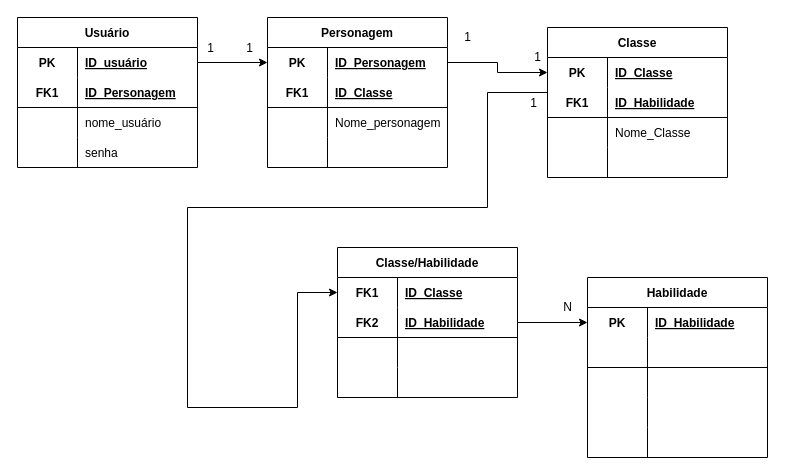
Above: rpg.drawio in rickhyh/Diagramas (draw.io), before the change. Source tidied: cells renumbered, new cells numbered last; positions are measured from the earlier drawing's top-left corner, leaving out a move shared by most shapes. Both pictures are drawn from the tidied source at 100%, with x=0, y=0 at pixel (17, 17).
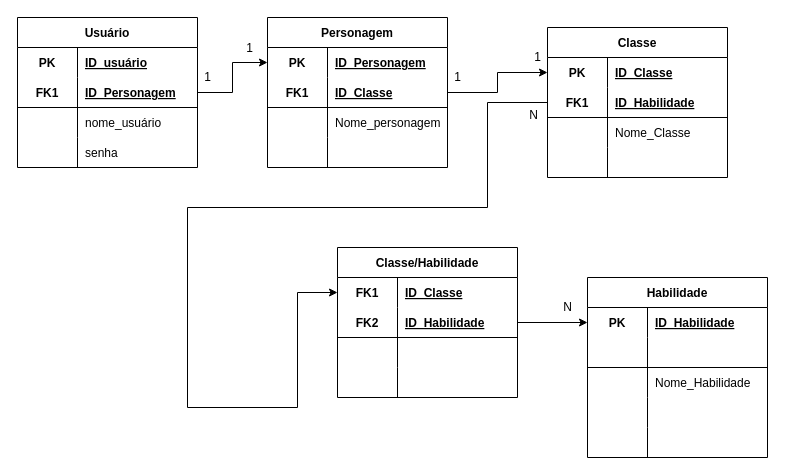
The same page after the edit.

The change refers to these unchanged cells:
```xml
<mxCell id="3" style="shape=tableRow;horizontal=0;startSize=0;swimlaneHead=0;swimlaneBody=0;fillColor=none;points=[[0,0.5],[1,0.5]];portConstraint=eastwest;top=0;left=0;right=0;bottom=0;" parent="2" vertex="1">
  <mxGeometry y="30" width="180" height="30" as="geometry" />
</mxCell>
<mxCell id="6" style="shape=tableRow;horizontal=0;startSize=0;swimlaneHead=0;swimlaneBody=0;fillColor=none;points=[[0,0.5],[1,0.5]];portConstraint=eastwest;top=0;left=0;right=0;bottom=1;" parent="2" vertex="1">
  <mxGeometry y="60" width="180" height="30" as="geometry" />
</mxCell>
<mxCell id="16" style="shape=tableRow;horizontal=0;startSize=0;swimlaneHead=0;swimlaneBody=0;fillColor=none;points=[[0,0.5],[1,0.5]];portConstraint=eastwest;top=0;left=0;right=0;bottom=0;" parent="15" vertex="1">
  <mxGeometry y="30" width="180" height="30" as="geometry" />
</mxCell>
<mxCell id="19" style="shape=tableRow;horizontal=0;startSize=0;swimlaneHead=0;swimlaneBody=0;fillColor=none;points=[[0,0.5],[1,0.5]];portConstraint=eastwest;top=0;left=0;right=0;bottom=1;" parent="15" vertex="1">
  <mxGeometry y="60" width="180" height="30" as="geometry" />
</mxCell>
<mxCell id="29" style="shape=tableRow;horizontal=0;startSize=0;swimlaneHead=0;swimlaneBody=0;fillColor=none;points=[[0,0.5],[1,0.5]];portConstraint=eastwest;top=0;left=0;right=0;bottom=0;" parent="28" vertex="1">
  <mxGeometry y="30" width="180" height="30" as="geometry" />
</mxCell>
<mxCell id="32" style="shape=tableRow;horizontal=0;startSize=0;swimlaneHead=0;swimlaneBody=0;fillColor=none;points=[[0,0.5],[1,0.5]];portConstraint=eastwest;top=0;left=0;right=0;bottom=1;" parent="28" vertex="1">
  <mxGeometry y="60" width="180" height="30" as="geometry" />
</mxCell>
<mxCell id="48" style="shape=tableRow;horizontal=0;startSize=0;swimlaneHead=0;swimlaneBody=0;fillColor=none;top=0;left=0;right=0;bottom=0;" parent="41" vertex="1">
  <mxGeometry y="90" width="180" height="30" as="geometry" />
</mxCell>
<mxCell id="60" style="shape=tableRow;horizontal=0;startSize=0;swimlaneHead=0;swimlaneBody=0;fillColor=none;points=[[0,0.5],[1,0.5]];portConstraint=eastwest;top=0;left=0;right=0;bottom=0;" parent="59" vertex="1">
  <mxGeometry y="30" width="180" height="30" as="geometry" />
</mxCell>
```

Change to the diagram source:
```diff
@@
-    <mxCell id="50" style="shape=partialRectangle;fillColor=none;top=0;left=0;bottom=0;right=0;align=left;spacingLeft=6;overflow=hidden;" parent="48" vertex="1">
+    <mxCell id="50" value="Nome_Habilidade" style="shape=partialRectangle;fillColor=none;top=0;left=0;bottom=0;right=0;align=left;spacingLeft=6;overflow=hidden;" parent="48" vertex="1">
       <mxGeometry x="60" width="120" height="30" as="geometry" />
     </mxCell>
@@
-    <mxCell id="57" style="edgeStyle=orthogonalEdgeStyle;rounded=0;jettySize=auto;html=1;entryX=0;entryY=0.5;entryDx=0;entryDy=0;" parent="1" edge="1" source="29" target="3">
+    <mxCell id="57" style="edgeStyle=orthogonalEdgeStyle;rounded=0;jettySize=auto;html=1;entryX=0;entryY=0.5;entryDx=0;entryDy=0;exitX=1;exitY=0.5;exitDx=0;exitDy=0;" parent="1" edge="1" source="32" target="3">
       <mxGeometry relative="1" as="geometry" />
     </mxCell>
-    <mxCell id="58" style="edgeStyle=orthogonalEdgeStyle;rounded=0;jettySize=auto;html=1;entryX=0;entryY=0.5;entryDx=0;entryDy=0;" parent="1" edge="1" source="3" target="16">
+    <mxCell id="58" style="edgeStyle=orthogonalEdgeStyle;rounded=0;jettySize=auto;html=1;entryX=0;entryY=0.5;entryDx=0;entryDy=0;exitX=1;exitY=0.5;exitDx=0;exitDy=0;" parent="1" edge="1" source="6" target="16">
       <mxGeometry relative="1" as="geometry" />
     </mxCell>
@@
     <mxCell id="72" style="edgeStyle=orthogonalEdgeStyle;rounded=0;jettySize=auto;html=1;entryX=0;entryY=0.5;entryDx=0;entryDy=0;" parent="1" edge="1" source="19" target="60">
       <mxGeometry relative="1" as="geometry">
         <Array as="points">
-          <mxPoint x="470" y="75" />
+          <mxPoint x="470" y="85" />
           <mxPoint x="470" y="190" />
           <mxPoint x="170" y="190" />
           <mxPoint x="170" y="390" />
           <mxPoint x="280" y="390" />
+          <mxPoint x="280" y="275" />
         </Array>
       </mxGeometry>
     </mxCell>
@@
     <mxCell id="74" value="1" style="text;html=1;align=center;verticalAlign=middle;strokeColor=none;fillColor=none;" parent="1" vertex="1">
-      <mxGeometry x="183" y="21" width="20" height="20" as="geometry" />
+      <mxGeometry x="180" y="50" width="20" height="20" as="geometry" />
     </mxCell>
@@
     <mxCell id="76" value="1" style="text;html=1;align=center;verticalAlign=middle;strokeColor=none;fillColor=none;" parent="1" vertex="1">
-      <mxGeometry x="440" y="10" width="20" height="20" as="geometry" />
+      <mxGeometry x="430" y="50" width="20" height="20" as="geometry" />
     </mxCell>
@@
-    <mxCell id="79" value="1" style="text;html=1;align=center;verticalAlign=middle;strokeColor=none;fillColor=none;" parent="1" vertex="1">
-      <mxGeometry x="506" y="76" width="20" height="20" as="geometry" />
+    <mxCell id="79" value="N" style="text;html=1;align=center;verticalAlign=middle;strokeColor=none;fillColor=none;" parent="1" vertex="1">
+      <mxGeometry x="506" y="88" width="20" height="20" as="geometry" />
     </mxCell>
```
